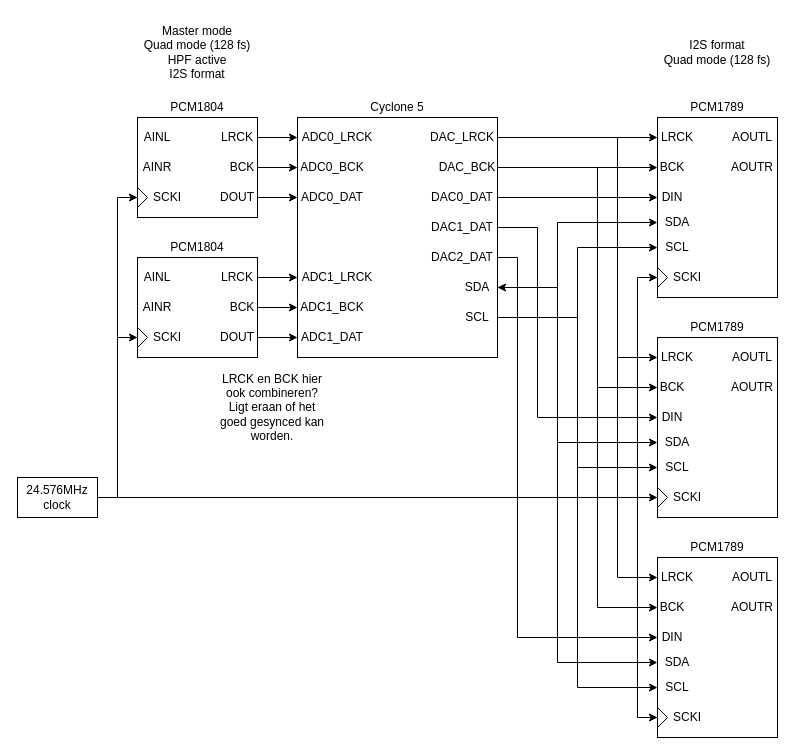
Earlier version of the draw.io diagram Block diagrams/System design/Sampler design.drawio (HeinVerhallen/Audio-DSP). Source tidied: cells renumbered, new cells numbered last; positions are measured from the earlier drawing's top-left corner, leaving out a move shared by most shapes. Both pictures are drawn from the tidied source at 100%, with x=0, y=0 at pixel (17, 17).
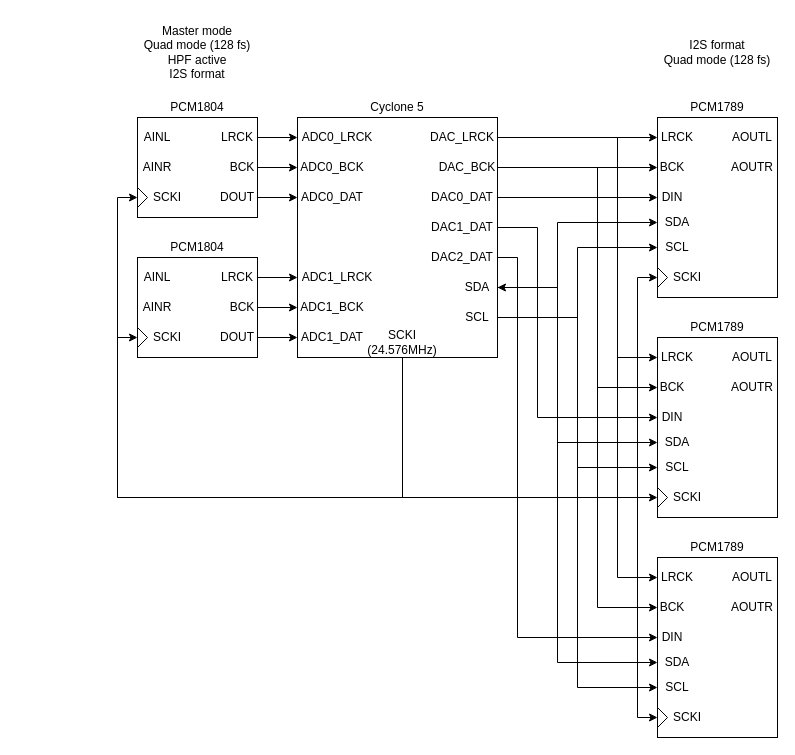
Above is the later version.

Commit message (it also covers changes not shown here):
Updated architecture designs

Updated Front-end design: Set to ADC to master mode, fixed clock divider setting so its now 128xfs.
Updated Sampler design: 24.576MHz clock now comes from FPGA.

Unchanged cells that the change refers to:
```xml
<mxCell id="22" style="triangle;whiteSpace=wrap;html=1;rotation=0;" parent="16" vertex="1">
  <mxGeometry y="90" width="10" height="20" as="geometry" />
</mxCell>
<mxCell id="26" style="group;" parent="1" vertex="1">
  <mxGeometry x="280" y="80" width="200" height="320" as="geometry" />
</mxCell>
<mxCell id="48" style="triangle;whiteSpace=wrap;html=1;rotation=0;" parent="42" vertex="1">
  <mxGeometry y="170" width="10" height="20" as="geometry" />
</mxCell>
<mxCell id="61" style="triangle;whiteSpace=wrap;html=1;rotation=0;" parent="55" vertex="1">
  <mxGeometry y="170" width="10" height="20" as="geometry" />
</mxCell>
<mxCell id="73" style="triangle;whiteSpace=wrap;html=1;rotation=0;" parent="67" vertex="1">
  <mxGeometry y="170" width="10" height="20" as="geometry" />
</mxCell>
<mxCell id="85" style="triangle;whiteSpace=wrap;html=1;rotation=0;" parent="79" vertex="1">
  <mxGeometry y="90" width="10" height="20" as="geometry" />
</mxCell>
```

What changed in the source:
```diff
@@
-    <mxCell id="8" style="edgeStyle=orthogonalEdgeStyle;rounded=0;jettySize=auto;html=1;exitX=1;exitY=0.5;exitDx=0;exitDy=0;entryX=0;entryY=0.5;entryDx=0;entryDy=0;" parent="1" edge="1" source="13" target="22">
+    <mxCell id="8" style="edgeStyle=orthogonalEdgeStyle;rounded=0;jettySize=auto;html=1;exitX=0.5;exitY=1;exitDx=0;exitDy=0;entryX=0;entryY=0.5;entryDx=0;entryDy=0;" parent="1" edge="1" source="104" target="22">
       <mxGeometry relative="1" as="geometry">
         <Array as="points">
+          <mxPoint x="385" y="480" />
           <mxPoint x="100" y="480" />
           <mxPoint x="100" y="180" />
         </Array>
       </mxGeometry>
     </mxCell>
-    <mxCell id="9" style="edgeStyle=orthogonalEdgeStyle;rounded=0;jettySize=auto;html=1;exitX=1;exitY=0.5;exitDx=0;exitDy=0;entryX=0;entryY=0.5;entryDx=0;entryDy=0;startArrow=none;startFill=0;" parent="1" edge="1" source="13" target="85">
-      <mxGeometry relative="1" as="geometry" />
+    <mxCell id="9" style="edgeStyle=orthogonalEdgeStyle;rounded=0;jettySize=auto;html=1;exitX=0.5;exitY=1;exitDx=0;exitDy=0;entryX=0;entryY=0.5;entryDx=0;entryDy=0;startArrow=none;startFill=0;" parent="1" edge="1" source="104" target="85">
+      <mxGeometry relative="1" as="geometry">
+        <Array as="points">
+          <mxPoint x="385" y="480" />
+          <mxPoint x="100" y="480" />
+          <mxPoint x="100" y="320" />
+        </Array>
+      </mxGeometry>
     </mxCell>
-    <mxCell id="10" style="edgeStyle=orthogonalEdgeStyle;rounded=0;jettySize=auto;html=1;exitX=1;exitY=0.5;exitDx=0;exitDy=0;entryX=0;entryY=0.5;entryDx=0;entryDy=0;startArrow=none;startFill=0;" parent="1" edge="1" source="13" target="73">
+    <mxCell id="10" style="edgeStyle=orthogonalEdgeStyle;rounded=0;jettySize=auto;html=1;exitX=0.5;exitY=1;exitDx=0;exitDy=0;entryX=0;entryY=0.5;entryDx=0;entryDy=0;startArrow=none;startFill=0;" parent="1" edge="1" source="104" target="73">
       <mxGeometry relative="1" as="geometry">
         <Array as="points">
+          <mxPoint x="385" y="480" />
           <mxPoint x="620" y="480" />
           <mxPoint x="620" y="700" />
         </Array>
       </mxGeometry>
     </mxCell>
-    <mxCell id="11" style="edgeStyle=orthogonalEdgeStyle;rounded=0;jettySize=auto;html=1;exitX=1;exitY=0.5;exitDx=0;exitDy=0;entryX=0;entryY=0.5;entryDx=0;entryDy=0;startArrow=none;startFill=0;" parent="1" edge="1" source="13" target="61">
+    <mxCell id="11" style="edgeStyle=orthogonalEdgeStyle;rounded=0;jettySize=auto;html=1;exitX=0.5;exitY=1;exitDx=0;exitDy=0;entryX=0;entryY=0.5;entryDx=0;entryDy=0;startArrow=none;startFill=0;" parent="1" edge="1" source="104" target="61">
       <mxGeometry relative="1" as="geometry" />
     </mxCell>
-    <mxCell id="12" style="edgeStyle=orthogonalEdgeStyle;rounded=0;jettySize=auto;html=1;exitX=1;exitY=0.5;exitDx=0;exitDy=0;entryX=0;entryY=0.5;entryDx=0;entryDy=0;startArrow=none;startFill=0;" parent="1" edge="1" source="13" target="48">
+    <mxCell id="12" style="edgeStyle=orthogonalEdgeStyle;rounded=0;jettySize=auto;html=1;exitX=0.5;exitY=1;exitDx=0;exitDy=0;entryX=0;entryY=0.5;entryDx=0;entryDy=0;startArrow=none;startFill=0;" parent="1" edge="1" source="104" target="48">
       <mxGeometry relative="1" as="geometry">
         <Array as="points">
+          <mxPoint x="385" y="480" />
           <mxPoint x="620" y="480" />
           <mxPoint x="620" y="260" />
         </Array>
       </mxGeometry>
     </mxCell>
-    <mxCell id="13" value="24.576MHz clock" style="rounded=0;whiteSpace=wrap;html=1;align=center;" parent="1" vertex="1">
-      <mxGeometry y="460" width="80" height="40" as="geometry" />
-    </mxCell>
@@
+    <mxCell id="104" value="SCKI (24.576MHz)" style="text;html=1;strokeColor=none;fillColor=none;align=center;verticalAlign=middle;whiteSpace=wrap;rounded=0;" parent="26" vertex="1">
+      <mxGeometry x="60" y="230" width="90" height="30" as="geometry" />
+    </mxCell>
@@
-    <mxCell id="103" value="LRCK en BCK hier ook combineren? Ligt eraan of het goed gesynced kan worden." style="text;html=1;strokeColor=none;fillColor=none;align=center;verticalAlign=middle;whiteSpace=wrap;rounded=0;" parent="1" vertex="1">
-      <mxGeometry x="200" y="350" width="110" height="80" as="geometry" />
-    </mxCell>
```
